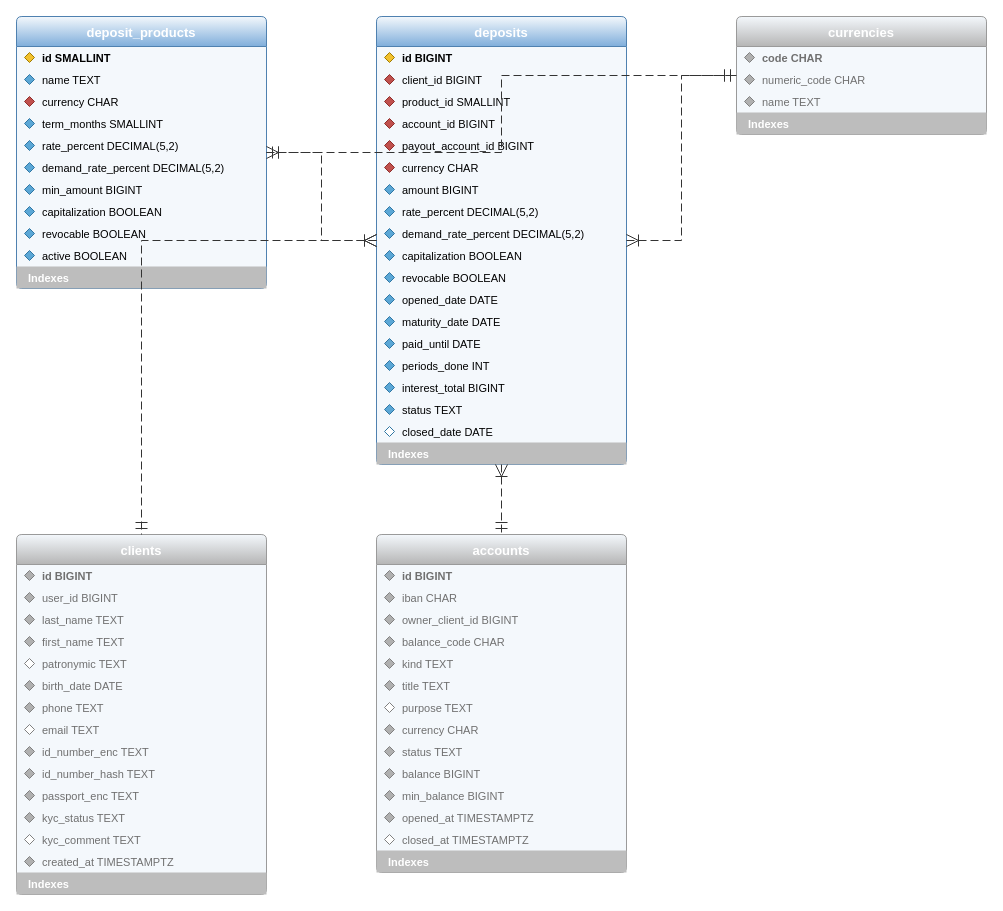
The draw.io diagram page "Вклады" (7 of 14) of docs/diagrams/er.drawio in vladmeshkov/js-course-work, before the edit. Source tidied: cells renumbered, new cells numbered last; positions are measured from the earlier drawing's top-left corner, leaving out a move shared by most shapes. Both pictures are drawn from the tidied source at 100%, with x=0, y=0 at pixel (16, 16).
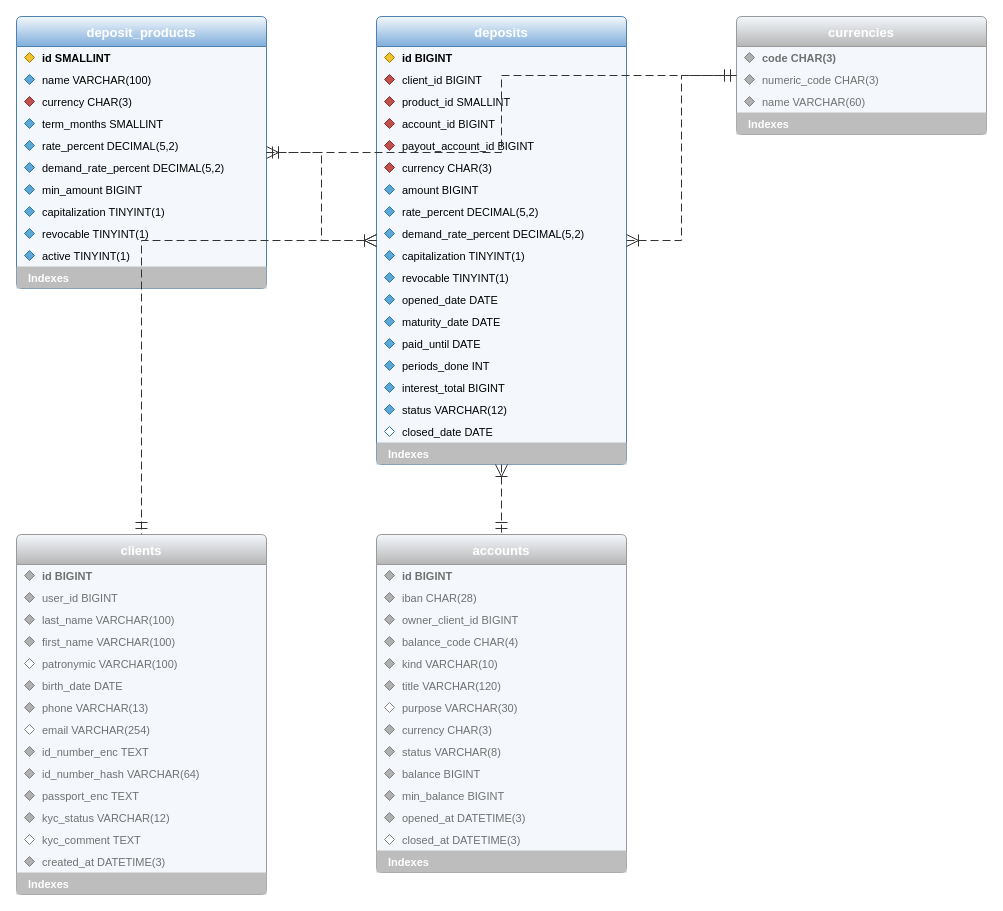
Above is the later version.

The change refers to these unchanged cells:
```xml
<mxCell id="2" value="deposit_products" style="swimlane;fontStyle=1;fontSize=13;horizontal=1;startSize=30;rounded=1;arcSize=6;fillColor=#F4F8FC;swimlaneFillColor=#F4F8FC;gradientColor=#7FAEDB;strokeColor=#4F81B0;fontColor=#FFFFFF;align=center;" parent="1" vertex="1">
  <mxGeometry width="250" height="272" as="geometry" />
</mxCell>
<mxCell id="24" value="deposits" style="swimlane;fontStyle=1;fontSize=13;horizontal=1;startSize=30;rounded=1;arcSize=6;fillColor=#F4F8FC;swimlaneFillColor=#F4F8FC;gradientColor=#7FAEDB;strokeColor=#4F81B0;fontColor=#FFFFFF;align=center;" parent="1" vertex="1">
  <mxGeometry x="360" width="250" height="448" as="geometry" />
</mxCell>
<mxCell id="62" value="currencies" style="swimlane;fontStyle=1;fontSize=13;horizontal=1;startSize=30;rounded=1;arcSize=6;fillColor=#F4F8FC;swimlaneFillColor=#F4F8FC;gradientColor=#B5B5B5;strokeColor=#9A9A9A;fontColor=#FFFFFF;align=center;" parent="1" vertex="1">
  <mxGeometry x="720" width="250" height="118" as="geometry" />
</mxCell>
<mxCell id="70" value="clients" style="swimlane;fontStyle=1;fontSize=13;horizontal=1;startSize=30;rounded=1;arcSize=6;fillColor=#F4F8FC;swimlaneFillColor=#F4F8FC;gradientColor=#B5B5B5;strokeColor=#9A9A9A;fontColor=#FFFFFF;align=center;" parent="1" vertex="1">
  <mxGeometry y="518" width="250" height="360" as="geometry" />
</mxCell>
<mxCell id="100" value="accounts" style="swimlane;fontStyle=1;fontSize=13;horizontal=1;startSize=30;rounded=1;arcSize=6;fillColor=#F4F8FC;swimlaneFillColor=#F4F8FC;gradientColor=#B5B5B5;strokeColor=#9A9A9A;fontColor=#FFFFFF;align=center;" parent="1" vertex="1">
  <mxGeometry x="360" y="518" width="250" height="338" as="geometry" />
</mxCell>
```

What changed in the source:
```diff
@@
-    <mxCell id="6" value="name TEXT" style="text;strokeColor=none;fillColor=none;align=left;verticalAlign=middle;spacingLeft=24;overflow=hidden;whiteSpace=nowrap;fontSize=11;" parent="2" vertex="1">
+    <mxCell id="6" value="name VARCHAR(100)" style="text;strokeColor=none;fillColor=none;align=left;verticalAlign=middle;spacingLeft=24;overflow=hidden;whiteSpace=nowrap;fontSize=11;" parent="2" vertex="1">
       <mxGeometry y="52" width="250" height="22" as="geometry" />
     </mxCell>
@@
-    <mxCell id="8" value="currency CHAR" style="text;strokeColor=none;fillColor=none;align=left;verticalAlign=middle;spacingLeft=24;overflow=hidden;whiteSpace=nowrap;fontSize=11;" parent="2" vertex="1">
+    <mxCell id="8" value="currency CHAR(3)" style="text;strokeColor=none;fillColor=none;align=left;verticalAlign=middle;spacingLeft=24;overflow=hidden;whiteSpace=nowrap;fontSize=11;" parent="2" vertex="1">
       <mxGeometry y="74" width="250" height="22" as="geometry" />
     </mxCell>
@@
-    <mxCell id="18" value="capitalization BOOLEAN" style="text;strokeColor=none;fillColor=none;align=left;verticalAlign=middle;spacingLeft=24;overflow=hidden;whiteSpace=nowrap;fontSize=11;" parent="2" vertex="1">
+    <mxCell id="18" value="capitalization TINYINT(1)" style="text;strokeColor=none;fillColor=none;align=left;verticalAlign=middle;spacingLeft=24;overflow=hidden;whiteSpace=nowrap;fontSize=11;" parent="2" vertex="1">
       <mxGeometry y="184" width="250" height="22" as="geometry" />
     </mxCell>
@@
-    <mxCell id="20" value="revocable BOOLEAN" style="text;strokeColor=none;fillColor=none;align=left;verticalAlign=middle;spacingLeft=24;overflow=hidden;whiteSpace=nowrap;fontSize=11;" parent="2" vertex="1">
+    <mxCell id="20" value="revocable TINYINT(1)" style="text;strokeColor=none;fillColor=none;align=left;verticalAlign=middle;spacingLeft=24;overflow=hidden;whiteSpace=nowrap;fontSize=11;" parent="2" vertex="1">
       <mxGeometry y="206" width="250" height="22" as="geometry" />
     </mxCell>
@@
-    <mxCell id="22" value="active BOOLEAN" style="text;strokeColor=none;fillColor=none;align=left;verticalAlign=middle;spacingLeft=24;overflow=hidden;whiteSpace=nowrap;fontSize=11;" parent="2" vertex="1">
+    <mxCell id="22" value="active TINYINT(1)" style="text;strokeColor=none;fillColor=none;align=left;verticalAlign=middle;spacingLeft=24;overflow=hidden;whiteSpace=nowrap;fontSize=11;" parent="2" vertex="1">
       <mxGeometry y="228" width="250" height="22" as="geometry" />
     </mxCell>
@@
-    <mxCell id="36" value="currency CHAR" style="text;strokeColor=none;fillColor=none;align=left;verticalAlign=middle;spacingLeft=24;overflow=hidden;whiteSpace=nowrap;fontSize=11;" parent="24" vertex="1">
+    <mxCell id="36" value="currency CHAR(3)" style="text;strokeColor=none;fillColor=none;align=left;verticalAlign=middle;spacingLeft=24;overflow=hidden;whiteSpace=nowrap;fontSize=11;" parent="24" vertex="1">
       <mxGeometry y="140" width="250" height="22" as="geometry" />
     </mxCell>
@@
-    <mxCell id="44" value="capitalization BOOLEAN" style="text;strokeColor=none;fillColor=none;align=left;verticalAlign=middle;spacingLeft=24;overflow=hidden;whiteSpace=nowrap;fontSize=11;" parent="24" vertex="1">
+    <mxCell id="44" value="capitalization TINYINT(1)" style="text;strokeColor=none;fillColor=none;align=left;verticalAlign=middle;spacingLeft=24;overflow=hidden;whiteSpace=nowrap;fontSize=11;" parent="24" vertex="1">
       <mxGeometry y="228" width="250" height="22" as="geometry" />
     </mxCell>
@@
-    <mxCell id="46" value="revocable BOOLEAN" style="text;strokeColor=none;fillColor=none;align=left;verticalAlign=middle;spacingLeft=24;overflow=hidden;whiteSpace=nowrap;fontSize=11;" parent="24" vertex="1">
+    <mxCell id="46" value="revocable TINYINT(1)" style="text;strokeColor=none;fillColor=none;align=left;verticalAlign=middle;spacingLeft=24;overflow=hidden;whiteSpace=nowrap;fontSize=11;" parent="24" vertex="1">
       <mxGeometry y="250" width="250" height="22" as="geometry" />
     </mxCell>
@@
-    <mxCell id="58" value="status TEXT" style="text;strokeColor=none;fillColor=none;align=left;verticalAlign=middle;spacingLeft=24;overflow=hidden;whiteSpace=nowrap;fontSize=11;" parent="24" vertex="1">
+    <mxCell id="58" value="status VARCHAR(12)" style="text;strokeColor=none;fillColor=none;align=left;verticalAlign=middle;spacingLeft=24;overflow=hidden;whiteSpace=nowrap;fontSize=11;" parent="24" vertex="1">
       <mxGeometry y="382" width="250" height="22" as="geometry" />
     </mxCell>
@@
-    <mxCell id="64" value="code CHAR" style="text;strokeColor=none;fillColor=none;align=left;verticalAlign=middle;spacingLeft=24;overflow=hidden;whiteSpace=nowrap;fontSize=11;fontStyle=1;fontColor=#707070;" parent="62" vertex="1">
+    <mxCell id="64" value="code CHAR(3)" style="text;strokeColor=none;fillColor=none;align=left;verticalAlign=middle;spacingLeft=24;overflow=hidden;whiteSpace=nowrap;fontSize=11;fontStyle=1;fontColor=#707070;" parent="62" vertex="1">
       <mxGeometry y="30" width="250" height="22" as="geometry" />
     </mxCell>
@@
-    <mxCell id="66" value="numeric_code CHAR" style="text;strokeColor=none;fillColor=none;align=left;verticalAlign=middle;spacingLeft=24;overflow=hidden;whiteSpace=nowrap;fontSize=11;fontColor=#707070;" parent="62" vertex="1">
+    <mxCell id="66" value="numeric_code CHAR(3)" style="text;strokeColor=none;fillColor=none;align=left;verticalAlign=middle;spacingLeft=24;overflow=hidden;whiteSpace=nowrap;fontSize=11;fontColor=#707070;" parent="62" vertex="1">
       <mxGeometry y="52" width="250" height="22" as="geometry" />
     </mxCell>
@@
-    <mxCell id="68" value="name TEXT" style="text;strokeColor=none;fillColor=none;align=left;verticalAlign=middle;spacingLeft=24;overflow=hidden;whiteSpace=nowrap;fontSize=11;fontColor=#707070;" parent="62" vertex="1">
+    <mxCell id="68" value="name VARCHAR(60)" style="text;strokeColor=none;fillColor=none;align=left;verticalAlign=middle;spacingLeft=24;overflow=hidden;whiteSpace=nowrap;fontSize=11;fontColor=#707070;" parent="62" vertex="1">
       <mxGeometry y="74" width="250" height="22" as="geometry" />
     </mxCell>
@@
-    <mxCell id="76" value="last_name TEXT" style="text;strokeColor=none;fillColor=none;align=left;verticalAlign=middle;spacingLeft=24;overflow=hidden;whiteSpace=nowrap;fontSize=11;fontColor=#707070;" parent="70" vertex="1">
+    <mxCell id="76" value="last_name VARCHAR(100)" style="text;strokeColor=none;fillColor=none;align=left;verticalAlign=middle;spacingLeft=24;overflow=hidden;whiteSpace=nowrap;fontSize=11;fontColor=#707070;" parent="70" vertex="1">
       <mxGeometry y="74" width="250" height="22" as="geometry" />
     </mxCell>
@@
-    <mxCell id="78" value="first_name TEXT" style="text;strokeColor=none;fillColor=none;align=left;verticalAlign=middle;spacingLeft=24;overflow=hidden;whiteSpace=nowrap;fontSize=11;fontColor=#707070;" parent="70" vertex="1">
+    <mxCell id="78" value="first_name VARCHAR(100)" style="text;strokeColor=none;fillColor=none;align=left;verticalAlign=middle;spacingLeft=24;overflow=hidden;whiteSpace=nowrap;fontSize=11;fontColor=#707070;" parent="70" vertex="1">
       <mxGeometry y="96" width="250" height="22" as="geometry" />
     </mxCell>
@@
-    <mxCell id="80" value="patronymic TEXT" style="text;strokeColor=none;fillColor=none;align=left;verticalAlign=middle;spacingLeft=24;overflow=hidden;whiteSpace=nowrap;fontSize=11;fontColor=#707070;" parent="70" vertex="1">
+    <mxCell id="80" value="patronymic VARCHAR(100)" style="text;strokeColor=none;fillColor=none;align=left;verticalAlign=middle;spacingLeft=24;overflow=hidden;whiteSpace=nowrap;fontSize=11;fontColor=#707070;" parent="70" vertex="1">
       <mxGeometry y="118" width="250" height="22" as="geometry" />
     </mxCell>
@@
-    <mxCell id="84" value="phone TEXT" style="text;strokeColor=none;fillColor=none;align=left;verticalAlign=middle;spacingLeft=24;overflow=hidden;whiteSpace=nowrap;fontSize=11;fontColor=#707070;" parent="70" vertex="1">
+    <mxCell id="84" value="phone VARCHAR(13)" style="text;strokeColor=none;fillColor=none;align=left;verticalAlign=middle;spacingLeft=24;overflow=hidden;whiteSpace=nowrap;fontSize=11;fontColor=#707070;" parent="70" vertex="1">
       <mxGeometry y="162" width="250" height="22" as="geometry" />
     </mxCell>
@@
-    <mxCell id="86" value="email TEXT" style="text;strokeColor=none;fillColor=none;align=left;verticalAlign=middle;spacingLeft=24;overflow=hidden;whiteSpace=nowrap;fontSize=11;fontColor=#707070;" parent="70" vertex="1">
+    <mxCell id="86" value="email VARCHAR(254)" style="text;strokeColor=none;fillColor=none;align=left;verticalAlign=middle;spacingLeft=24;overflow=hidden;whiteSpace=nowrap;fontSize=11;fontColor=#707070;" parent="70" vertex="1">
       <mxGeometry y="184" width="250" height="22" as="geometry" />
     </mxCell>
@@
-    <mxCell id="90" value="id_number_hash TEXT" style="text;strokeColor=none;fillColor=none;align=left;verticalAlign=middle;spacingLeft=24;overflow=hidden;whiteSpace=nowrap;fontSize=11;fontColor=#707070;" parent="70" vertex="1">
+    <mxCell id="90" value="id_number_hash VARCHAR(64)" style="text;strokeColor=none;fillColor=none;align=left;verticalAlign=middle;spacingLeft=24;overflow=hidden;whiteSpace=nowrap;fontSize=11;fontColor=#707070;" parent="70" vertex="1">
       <mxGeometry y="228" width="250" height="22" as="geometry" />
     </mxCell>
@@
-    <mxCell id="94" value="kyc_status TEXT" style="text;strokeColor=none;fillColor=none;align=left;verticalAlign=middle;spacingLeft=24;overflow=hidden;whiteSpace=nowrap;fontSize=11;fontColor=#707070;" parent="70" vertex="1">
+    <mxCell id="94" value="kyc_status VARCHAR(12)" style="text;strokeColor=none;fillColor=none;align=left;verticalAlign=middle;spacingLeft=24;overflow=hidden;whiteSpace=nowrap;fontSize=11;fontColor=#707070;" parent="70" vertex="1">
       <mxGeometry y="272" width="250" height="22" as="geometry" />
     </mxCell>
@@
-    <mxCell id="98" value="created_at TIMESTAMPTZ" style="text;strokeColor=none;fillColor=none;align=left;verticalAlign=middle;spacingLeft=24;overflow=hidden;whiteSpace=nowrap;fontSize=11;fontColor=#707070;" parent="70" vertex="1">
+    <mxCell id="98" value="created_at DATETIME(3)" style="text;strokeColor=none;fillColor=none;align=left;verticalAlign=middle;spacingLeft=24;overflow=hidden;whiteSpace=nowrap;fontSize=11;fontColor=#707070;" parent="70" vertex="1">
       <mxGeometry y="316" width="250" height="22" as="geometry" />
     </mxCell>
@@
-    <mxCell id="104" value="iban CHAR" style="text;strokeColor=none;fillColor=none;align=left;verticalAlign=middle;spacingLeft=24;overflow=hidden;whiteSpace=nowrap;fontSize=11;fontColor=#707070;" parent="100" vertex="1">
+    <mxCell id="104" value="iban CHAR(28)" style="text;strokeColor=none;fillColor=none;align=left;verticalAlign=middle;spacingLeft=24;overflow=hidden;whiteSpace=nowrap;fontSize=11;fontColor=#707070;" parent="100" vertex="1">
       <mxGeometry y="52" width="250" height="22" as="geometry" />
     </mxCell>
@@
-    <mxCell id="108" value="balance_code CHAR" style="text;strokeColor=none;fillColor=none;align=left;verticalAlign=middle;spacingLeft=24;overflow=hidden;whiteSpace=nowrap;fontSize=11;fontColor=#707070;" parent="100" vertex="1">
+    <mxCell id="108" value="balance_code CHAR(4)" style="text;strokeColor=none;fillColor=none;align=left;verticalAlign=middle;spacingLeft=24;overflow=hidden;whiteSpace=nowrap;fontSize=11;fontColor=#707070;" parent="100" vertex="1">
       <mxGeometry y="96" width="250" height="22" as="geometry" />
     </mxCell>
@@
-    <mxCell id="110" value="kind TEXT" style="text;strokeColor=none;fillColor=none;align=left;verticalAlign=middle;spacingLeft=24;overflow=hidden;whiteSpace=nowrap;fontSize=11;fontColor=#707070;" parent="100" vertex="1">
+    <mxCell id="110" value="kind VARCHAR(10)" style="text;strokeColor=none;fillColor=none;align=left;verticalAlign=middle;spacingLeft=24;overflow=hidden;whiteSpace=nowrap;fontSize=11;fontColor=#707070;" parent="100" vertex="1">
       <mxGeometry y="118" width="250" height="22" as="geometry" />
     </mxCell>
@@
-    <mxCell id="112" value="title TEXT" style="text;strokeColor=none;fillColor=none;align=left;verticalAlign=middle;spacingLeft=24;overflow=hidden;whiteSpace=nowrap;fontSize=11;fontColor=#707070;" parent="100" vertex="1">
+    <mxCell id="112" value="title VARCHAR(120)" style="text;strokeColor=none;fillColor=none;align=left;verticalAlign=middle;spacingLeft=24;overflow=hidden;whiteSpace=nowrap;fontSize=11;fontColor=#707070;" parent="100" vertex="1">
       <mxGeometry y="140" width="250" height="22" as="geometry" />
     </mxCell>
@@
-    <mxCell id="114" value="purpose TEXT" style="text;strokeColor=none;fillColor=none;align=left;verticalAlign=middle;spacingLeft=24;overflow=hidden;whiteSpace=nowrap;fontSize=11;fontColor=#707070;" parent="100" vertex="1">
+    <mxCell id="114" value="purpose VARCHAR(30)" style="text;strokeColor=none;fillColor=none;align=left;verticalAlign=middle;spacingLeft=24;overflow=hidden;whiteSpace=nowrap;fontSize=11;fontColor=#707070;" parent="100" vertex="1">
       <mxGeometry y="162" width="250" height="22" as="geometry" />
     </mxCell>
@@
-    <mxCell id="116" value="currency CHAR" style="text;strokeColor=none;fillColor=none;align=left;verticalAlign=middle;spacingLeft=24;overflow=hidden;whiteSpace=nowrap;fontSize=11;fontColor=#707070;" parent="100" vertex="1">
+    <mxCell id="116" value="currency CHAR(3)" style="text;strokeColor=none;fillColor=none;align=left;verticalAlign=middle;spacingLeft=24;overflow=hidden;whiteSpace=nowrap;fontSize=11;fontColor=#707070;" parent="100" vertex="1">
       <mxGeometry y="184" width="250" height="22" as="geometry" />
     </mxCell>
@@
-    <mxCell id="118" value="status TEXT" style="text;strokeColor=none;fillColor=none;align=left;verticalAlign=middle;spacingLeft=24;overflow=hidden;whiteSpace=nowrap;fontSize=11;fontColor=#707070;" parent="100" vertex="1">
+    <mxCell id="118" value="status VARCHAR(8)" style="text;strokeColor=none;fillColor=none;align=left;verticalAlign=middle;spacingLeft=24;overflow=hidden;whiteSpace=nowrap;fontSize=11;fontColor=#707070;" parent="100" vertex="1">
       <mxGeometry y="206" width="250" height="22" as="geometry" />
     </mxCell>
@@
-    <mxCell id="124" value="opened_at TIMESTAMPTZ" style="text;strokeColor=none;fillColor=none;align=left;verticalAlign=middle;spacingLeft=24;overflow=hidden;whiteSpace=nowrap;fontSize=11;fontColor=#707070;" parent="100" vertex="1">
+    <mxCell id="124" value="opened_at DATETIME(3)" style="text;strokeColor=none;fillColor=none;align=left;verticalAlign=middle;spacingLeft=24;overflow=hidden;whiteSpace=nowrap;fontSize=11;fontColor=#707070;" parent="100" vertex="1">
       <mxGeometry y="272" width="250" height="22" as="geometry" />
     </mxCell>
@@
-    <mxCell id="126" value="closed_at TIMESTAMPTZ" style="text;strokeColor=none;fillColor=none;align=left;verticalAlign=middle;spacingLeft=24;overflow=hidden;whiteSpace=nowrap;fontSize=11;fontColor=#707070;" parent="100" vertex="1">
+    <mxCell id="126" value="closed_at DATETIME(3)" style="text;strokeColor=none;fillColor=none;align=left;verticalAlign=middle;spacingLeft=24;overflow=hidden;whiteSpace=nowrap;fontSize=11;fontColor=#707070;" parent="100" vertex="1">
       <mxGeometry y="294" width="250" height="22" as="geometry" />
     </mxCell>
```
